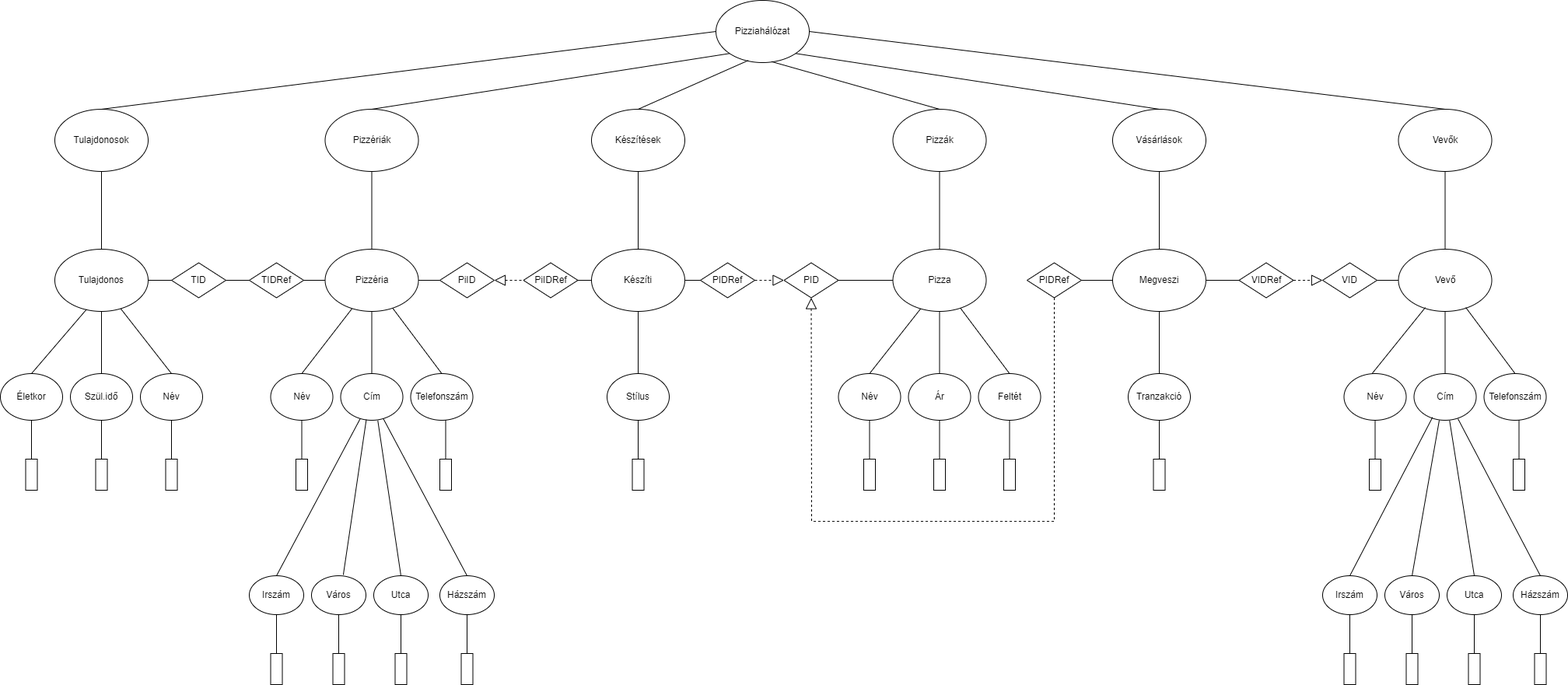
Above: XMLTaskH7PG8U/XDMH7PG8U.png in LabodaDaniel/H7PG8U_XMLGyak (draw.io), before the change. Source tidied: cells renumbered, new cells last; positions are measured from the earlier drawing's top-left corner, leaving out a move shared by most shapes.
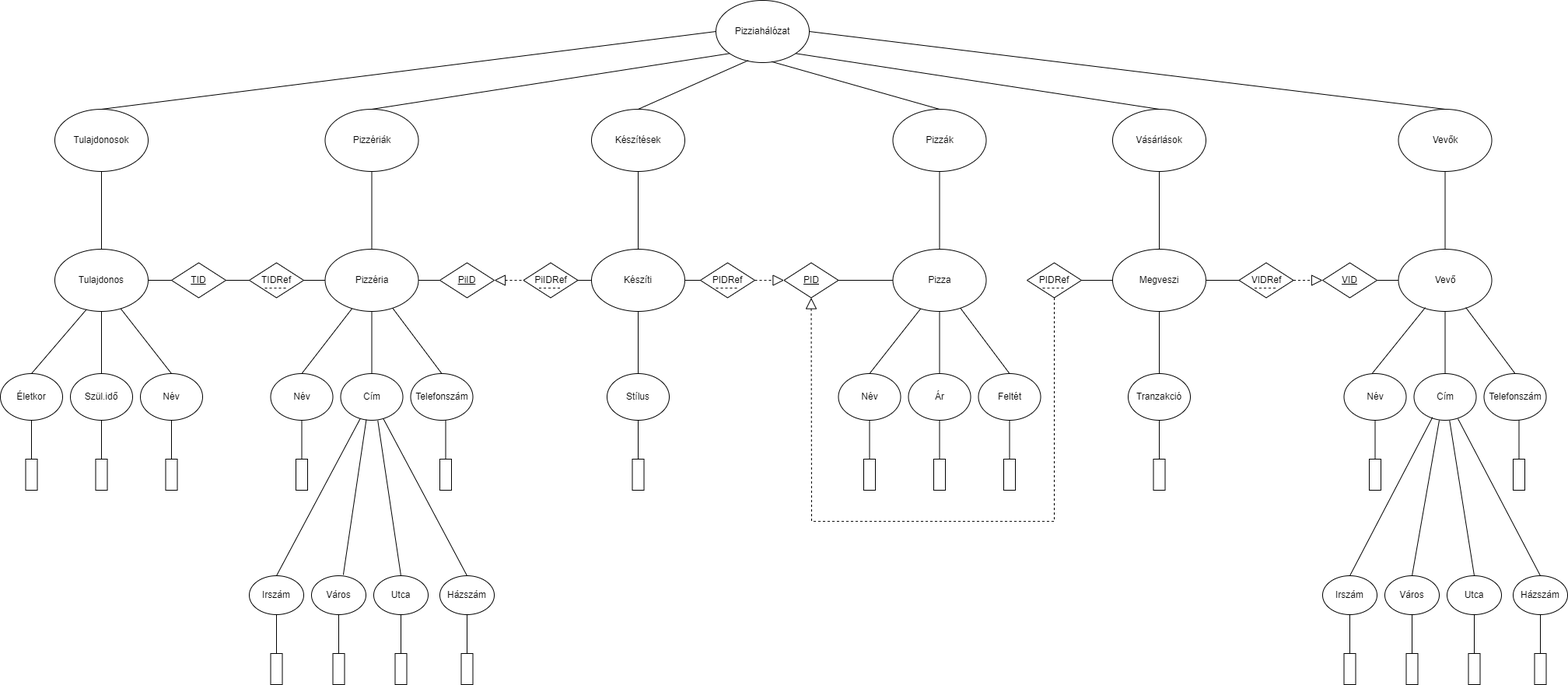
After the commit.

Diff of the diagram source:
```diff
@@ -381,7 +381,7 @@
     <mxCell id="112" value="PIDRef" style="rhombus;whiteSpace=wrap;html=1;" parent="1" vertex="1">
       <mxGeometry x="900" y="337.5" width="70" height="45" as="geometry" />
     </mxCell>
-    <mxCell id="113" value="PID" style="rhombus;whiteSpace=wrap;html=1;" parent="1" vertex="1">
+    <mxCell id="113" value="&lt;u&gt;PID&lt;/u&gt;" style="rhombus;whiteSpace=wrap;html=1;" parent="1" vertex="1">
       <mxGeometry x="1007.5" y="337.5" width="70" height="45" as="geometry" />
     </mxCell>
     <mxCell id="114" value="PIDRef" style="rhombus;whiteSpace=wrap;html=1;" parent="1" vertex="1">
@@ -390,16 +390,16 @@
     <mxCell id="115" value="VIDRef" style="rhombus;whiteSpace=wrap;html=1;" parent="1" vertex="1">
       <mxGeometry x="1592.5" y="337.5" width="70" height="45" as="geometry" />
     </mxCell>
-    <mxCell id="116" value="VID" style="rhombus;whiteSpace=wrap;html=1;" parent="1" vertex="1">
+    <mxCell id="116" value="&lt;u&gt;VID&lt;/u&gt;" style="rhombus;whiteSpace=wrap;html=1;" parent="1" vertex="1">
       <mxGeometry x="1700" y="337.5" width="70" height="45" as="geometry" />
     </mxCell>
-    <mxCell id="117" value="TID" style="rhombus;whiteSpace=wrap;html=1;" parent="1" vertex="1">
+    <mxCell id="117" value="&lt;u&gt;TID&lt;/u&gt;" style="rhombus;whiteSpace=wrap;html=1;" parent="1" vertex="1">
       <mxGeometry x="220" y="337.5" width="70" height="45" as="geometry" />
     </mxCell>
     <mxCell id="118" value="TIDRef" style="rhombus;whiteSpace=wrap;html=1;" parent="1" vertex="1">
       <mxGeometry x="320" y="337.5" width="70" height="45" as="geometry" />
     </mxCell>
-    <mxCell id="119" value="PiID" style="rhombus;whiteSpace=wrap;html=1;" parent="1" vertex="1">
+    <mxCell id="119" value="&lt;u&gt;PiID&lt;/u&gt;" style="rhombus;whiteSpace=wrap;html=1;" parent="1" vertex="1">
       <mxGeometry x="565" y="337.5" width="70" height="45" as="geometry" />
     </mxCell>
     <mxCell id="120" style="endArrow=block;dashed=1;endFill=0;endSize=12;html=1;rounded=0;exitX=1;exitY=0.5;exitDx=0;exitDy=0;entryX=0;entryY=0.5;entryDx=0;entryDy=0;" parent="1" edge="1" source="112" target="113">
@@ -451,5 +451,38 @@
     <mxCell id="133" style="endArrow=none;html=1;rounded=0;exitX=1;exitY=0.5;exitDx=0;exitDy=0;entryX=0;entryY=0.5;entryDx=0;entryDy=0;" parent="1" edge="1" source="116" target="10">
       <mxGeometry relative="1" as="geometry" />
     </mxCell>
+    <mxCell id="134" style="endArrow=none;dashed=1;html=1;rounded=0;" parent="1" edge="1">
+      <mxGeometry relative="1" as="geometry">
+        <mxPoint x="340" y="370" as="sourcePoint" />
+        <mxPoint x="370" y="370" as="targetPoint" />
+      </mxGeometry>
+    </mxCell>
+    <mxCell id="135" style="endArrow=none;dashed=1;html=1;rounded=0;" parent="1" edge="1">
+      <mxGeometry relative="1" as="geometry">
+        <mxPoint x="692.5" y="370" as="sourcePoint" />
+        <mxPoint x="722.5" y="370" as="targetPoint" />
+        <Array as="points">
+          <mxPoint x="722.5" y="370" />
+        </Array>
+      </mxGeometry>
+    </mxCell>
+    <mxCell id="136" style="endArrow=none;dashed=1;html=1;rounded=0;" parent="1" edge="1">
+      <mxGeometry relative="1" as="geometry">
+        <mxPoint x="920" y="370" as="sourcePoint" />
+        <mxPoint x="950" y="370" as="targetPoint" />
+      </mxGeometry>
+    </mxCell>
+    <mxCell id="137" style="endArrow=none;dashed=1;html=1;rounded=0;" parent="1" edge="1">
+      <mxGeometry relative="1" as="geometry">
+        <mxPoint x="1340" y="370" as="sourcePoint" />
+        <mxPoint x="1370" y="370" as="targetPoint" />
+      </mxGeometry>
+    </mxCell>
+    <mxCell id="138" style="endArrow=none;dashed=1;html=1;rounded=0;" parent="1" edge="1">
+      <mxGeometry relative="1" as="geometry">
+        <mxPoint x="1612.5" y="370" as="sourcePoint" />
+        <mxPoint x="1642.5" y="370" as="targetPoint" />
+      </mxGeometry>
+    </mxCell>
   </root>
 </mxGraphModel>
```
